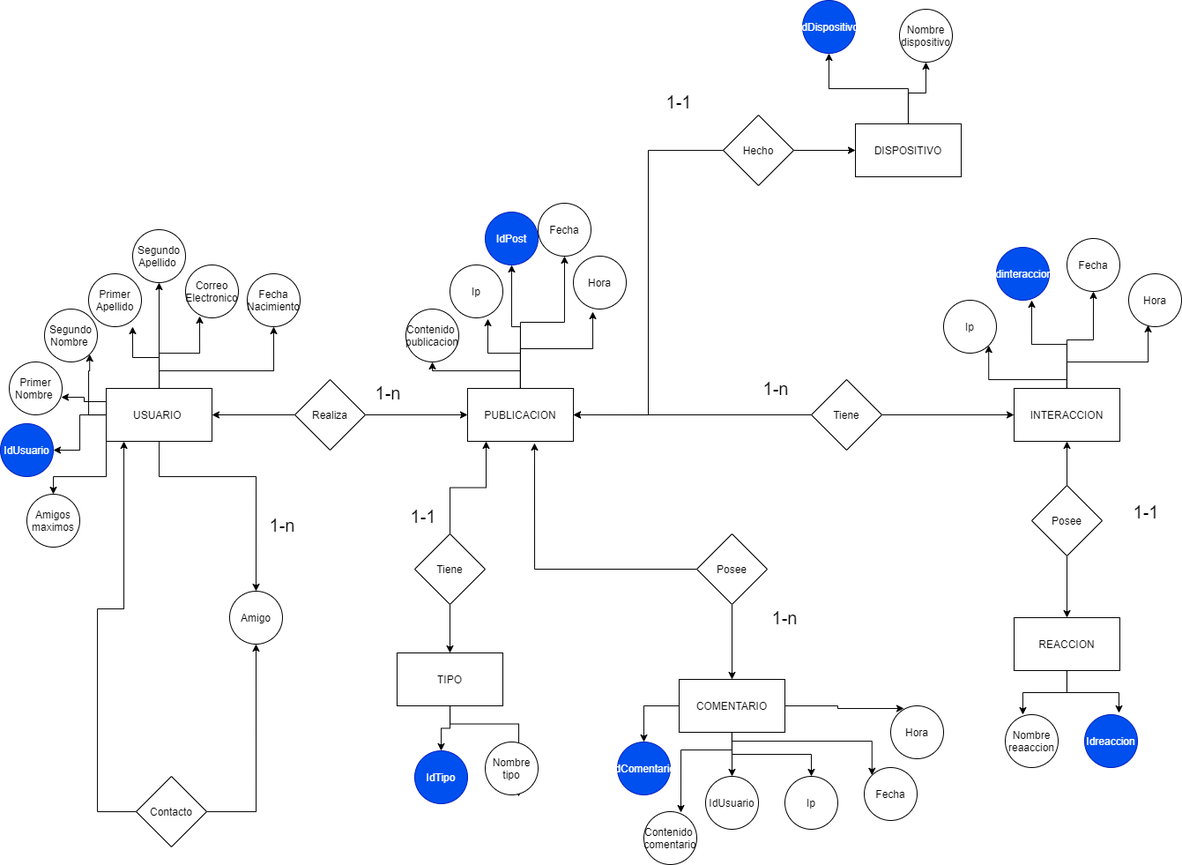
Earlier version of the draw.io export Diagrama Relacional Proyecto 1.png (PabloMuralles/Proyecto1_Bases). Source tidied: cells renumbered, new cells last; positions are measured from the earlier drawing's top-left corner, leaving out a move shared by most shapes.
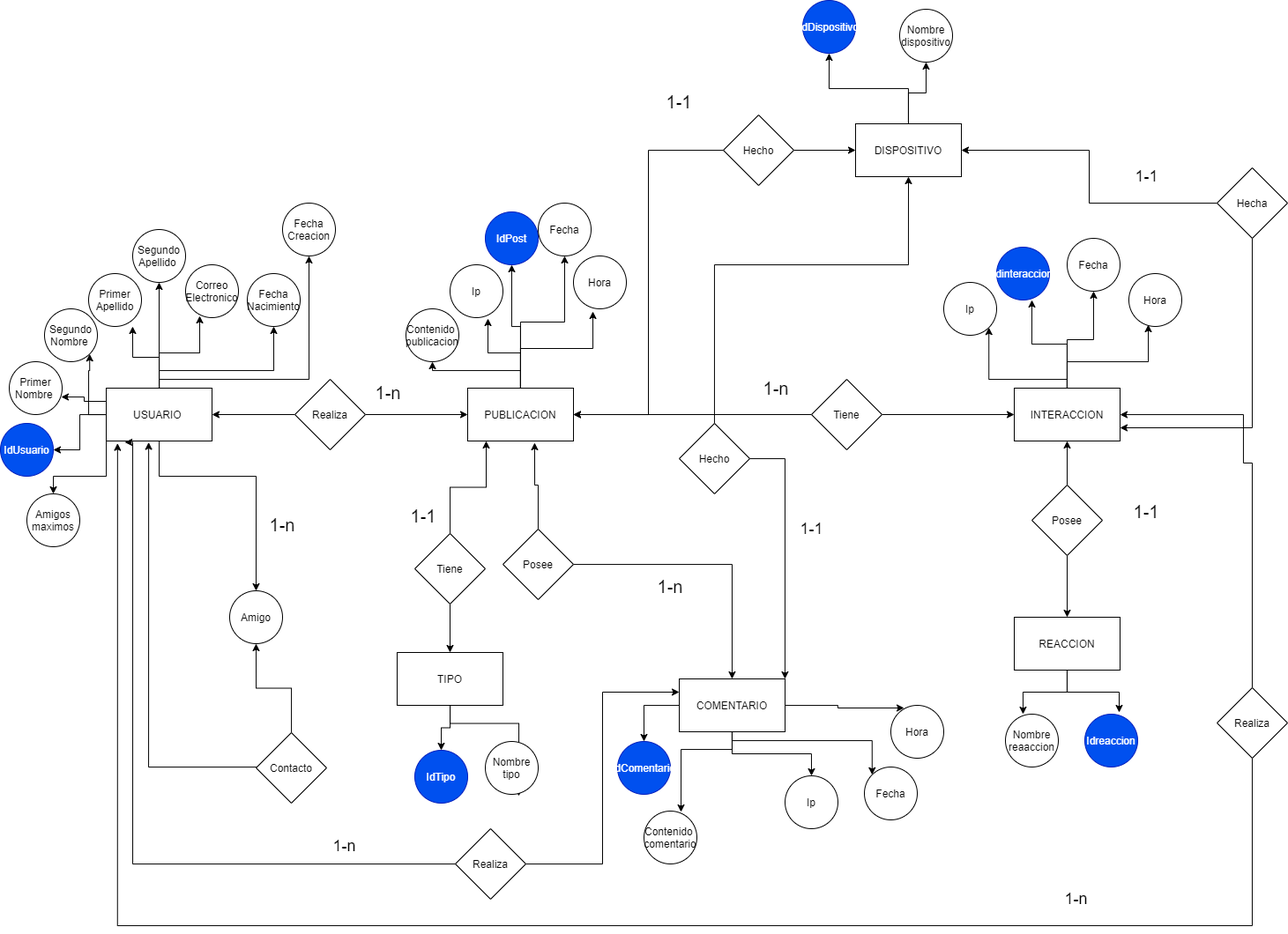
Above is the later version.

Commit message:
se modifico el diagrama

What changed in the source:
```diff
@@ -44,6 +44,14 @@
         </Array>
       </mxGeometry>
     </mxCell>
+    <mxCell id="97" style="edgeStyle=orthogonalEdgeStyle;rounded=0;jettySize=auto;html=1;entryX=0.5;entryY=1;entryDx=0;entryDy=0;" parent="1" edge="1" source="11" target="98">
+      <mxGeometry relative="1" as="geometry">
+        <Array as="points">
+          <mxPoint x="180" y="430" />
+          <mxPoint x="350" y="430" />
+        </Array>
+      </mxGeometry>
+    </mxCell>
     <mxCell id="11" value="USUARIO&amp;nbsp;" style="rounded=0;whiteSpace=wrap;html=1;" parent="1" vertex="1">
       <mxGeometry x="120" y="440" width="120" height="60" as="geometry" />
     </mxCell>
@@ -167,14 +175,11 @@
       <mxGeometry relative="1" as="geometry" />
     </mxCell>
     <mxCell id="50" value="Posee" style="rhombus;whiteSpace=wrap;html=1;" parent="1" vertex="1">
-      <mxGeometry x="790" y="605" width="80" height="80" as="geometry" />
+      <mxGeometry x="570" y="600" width="80" height="80" as="geometry" />
     </mxCell>
     <mxCell id="51" style="edgeStyle=orthogonalEdgeStyle;rounded=0;jettySize=auto;html=1;entryX=0.5;entryY=0;entryDx=0;entryDy=0;" parent="1" edge="1" source="57" target="58">
       <mxGeometry relative="1" as="geometry" />
     </mxCell>
-    <mxCell id="52" style="edgeStyle=orthogonalEdgeStyle;rounded=0;jettySize=auto;html=1;" parent="1" edge="1" source="57" target="59">
-      <mxGeometry relative="1" as="geometry" />
-    </mxCell>
     <mxCell id="53" style="edgeStyle=orthogonalEdgeStyle;rounded=0;jettySize=auto;html=1;entryX=0.5;entryY=0;entryDx=0;entryDy=0;" parent="1" edge="1" source="57" target="60">
       <mxGeometry relative="1" as="geometry" />
     </mxCell>
@@ -203,9 +208,6 @@
     <mxCell id="58" value="IdComentario" style="ellipse;whiteSpace=wrap;html=1;fillColor=#0050ef;strokeColor=#001DBC;fontColor=#ffffff;" parent="1" vertex="1">
       <mxGeometry x="700" y="841" width="60" height="60" as="geometry" />
     </mxCell>
-    <mxCell id="59" value="IdUsuario" style="ellipse;whiteSpace=wrap;html=1;" parent="1" vertex="1">
-      <mxGeometry x="800" y="880" width="60" height="60" as="geometry" />
-    </mxCell>
     <mxCell id="60" value="Ip" style="ellipse;whiteSpace=wrap;html=1;" parent="1" vertex="1">
       <mxGeometry x="890" y="880" width="60" height="60" as="geometry" />
     </mxCell>
@@ -222,7 +224,7 @@
       <mxGeometry x="730" y="920" width="60" height="60" as="geometry" />
     </mxCell>
     <mxCell id="65" value="&lt;font style=&quot;font-size: 20px;&quot;&gt;1-n&lt;/font&gt;" style="text;html=1;strokeColor=none;fillColor=none;align=center;verticalAlign=middle;whiteSpace=wrap;rounded=0;fontSize=20;" parent="1" vertex="1">
-      <mxGeometry x="860" y="685" width="60" height="30" as="geometry" />
+      <mxGeometry x="730" y="650" width="60" height="30" as="geometry" />
     </mxCell>
     <mxCell id="66" style="edgeStyle=orthogonalEdgeStyle;rounded=0;jettySize=auto;html=1;entryX=1;entryY=0.5;entryDx=0;entryDy=0;" parent="1" edge="1" source="68" target="24">
       <mxGeometry relative="1" as="geometry" />
@@ -268,7 +270,7 @@
       <mxGeometry x="1280" y="310" width="60" height="60" as="geometry" />
     </mxCell>
     <mxCell id="77" value="Ip" style="ellipse;whiteSpace=wrap;html=1;" parent="1" vertex="1">
-      <mxGeometry x="1070" y="340" width="60" height="60" as="geometry" />
+      <mxGeometry x="1070" y="320" width="60" height="60" as="geometry" />
     </mxCell>
     <mxCell id="78" style="edgeStyle=orthogonalEdgeStyle;rounded=0;jettySize=auto;html=1;entryX=0.5;entryY=1;entryDx=0;entryDy=0;" parent="1" edge="1" source="80" target="73">
       <mxGeometry relative="1" as="geometry" />
@@ -315,17 +317,16 @@
     <mxCell id="92" style="edgeStyle=orthogonalEdgeStyle;rounded=0;jettySize=auto;html=1;entryX=0.5;entryY=1;entryDx=0;entryDy=0;fontSize=12;" parent="1" edge="1" source="94" target="95">
       <mxGeometry relative="1" as="geometry" />
     </mxCell>
-    <mxCell id="93" style="edgeStyle=orthogonalEdgeStyle;rounded=0;jettySize=auto;html=1;fontSize=12;" parent="1" edge="1" source="94" target="11">
+    <mxCell id="93" style="edgeStyle=orthogonalEdgeStyle;rounded=0;jettySize=auto;html=1;fontSize=12;entryX=0.401;entryY=1.025;entryDx=0;entryDy=0;entryPerimeter=0;" parent="1" edge="1" source="94" target="11">
       <mxGeometry relative="1" as="geometry">
         <Array as="points">
-          <mxPoint x="110" y="920" />
-          <mxPoint x="110" y="690" />
-          <mxPoint x="140" y="690" />
+          <mxPoint x="330" y="870" />
+          <mxPoint x="168" y="870" />
         </Array>
       </mxGeometry>
     </mxCell>
     <mxCell id="94" value="Contacto" style="rhombus;whiteSpace=wrap;html=1;fontSize=12;" parent="1" vertex="1">
-      <mxGeometry x="154" y="880" width="80" height="80" as="geometry" />
+      <mxGeometry x="290" y="831" width="80" height="80" as="geometry" />
     </mxCell>
     <mxCell id="95" value="Amigo" style="ellipse;whiteSpace=wrap;html=1;" parent="1" vertex="1">
       <mxGeometry x="260" y="670" width="60" height="60" as="geometry" />
@@ -333,5 +334,85 @@
     <mxCell id="96" value="&lt;font style=&quot;font-size: 20px&quot;&gt;1-n&lt;/font&gt;" style="text;html=1;strokeColor=none;fillColor=none;align=center;verticalAlign=middle;whiteSpace=wrap;rounded=0;fontSize=20;" parent="1" vertex="1">
       <mxGeometry x="290" y="580" width="60" height="30" as="geometry" />
     </mxCell>
+    <mxCell id="98" value="Fecha Creacion" style="ellipse;whiteSpace=wrap;html=1;" parent="1" vertex="1">
+      <mxGeometry x="320" y="230" width="60" height="60" as="geometry" />
+    </mxCell>
+    <mxCell id="99" style="edgeStyle=orthogonalEdgeStyle;rounded=0;jettySize=auto;html=1;entryX=1;entryY=0.75;entryDx=0;entryDy=0;" parent="1" edge="1" source="101" target="73">
+      <mxGeometry relative="1" as="geometry">
+        <Array as="points">
+          <mxPoint x="1420" y="485" />
+        </Array>
+      </mxGeometry>
+    </mxCell>
+    <mxCell id="100" style="edgeStyle=orthogonalEdgeStyle;rounded=0;jettySize=auto;html=1;entryX=1;entryY=0.5;entryDx=0;entryDy=0;" parent="1" edge="1" source="101" target="42">
+      <mxGeometry relative="1" as="geometry" />
+    </mxCell>
+    <mxCell id="101" value="Hecha" style="rhombus;whiteSpace=wrap;html=1;" parent="1" vertex="1">
+      <mxGeometry x="1380" y="190" width="80" height="80" as="geometry" />
+    </mxCell>
+    <mxCell id="102" value="&lt;font style=&quot;font-size: 18px&quot;&gt;1-1&lt;/font&gt;" style="text;html=1;align=center;verticalAlign=middle;" parent="1" vertex="1">
+      <mxGeometry x="1280" y="190" width="40" height="20" as="geometry" />
+    </mxCell>
+    <mxCell id="103" style="edgeStyle=orthogonalEdgeStyle;rounded=0;jettySize=auto;html=1;entryX=0.5;entryY=1;entryDx=0;entryDy=0;" parent="1" edge="1" source="105" target="42">
+      <mxGeometry relative="1" as="geometry">
+        <Array as="points">
+          <mxPoint x="810" y="300" />
+          <mxPoint x="1030" y="300" />
+        </Array>
+      </mxGeometry>
+    </mxCell>
+    <mxCell id="104" style="edgeStyle=orthogonalEdgeStyle;rounded=0;jettySize=auto;html=1;" parent="1" edge="1" source="105" target="57">
+      <mxGeometry relative="1" as="geometry">
+        <Array as="points">
+          <mxPoint x="890" y="520" />
+        </Array>
+      </mxGeometry>
+    </mxCell>
+    <mxCell id="105" value="Hecho" style="rhombus;whiteSpace=wrap;html=1;" parent="1" vertex="1">
+      <mxGeometry x="770" y="480" width="80" height="80" as="geometry" />
+    </mxCell>
+    <mxCell id="106" value="&lt;font style=&quot;font-size: 18px&quot;&gt;1-1&lt;/font&gt;" style="text;html=1;align=center;verticalAlign=middle;" parent="1" vertex="1">
+      <mxGeometry x="900" y="590" width="40" height="20" as="geometry" />
+    </mxCell>
+    <mxCell id="107" style="edgeStyle=orthogonalEdgeStyle;rounded=0;jettySize=auto;html=1;entryX=0.107;entryY=1.044;entryDx=0;entryDy=0;entryPerimeter=0;" parent="1" edge="1" source="109" target="11">
+      <mxGeometry relative="1" as="geometry">
+        <Array as="points">
+          <mxPoint x="1420" y="1050" />
+          <mxPoint x="133" y="1050" />
+        </Array>
+      </mxGeometry>
+    </mxCell>
+    <mxCell id="108" style="edgeStyle=orthogonalEdgeStyle;rounded=0;jettySize=auto;html=1;" parent="1" edge="1" source="109" target="73">
+      <mxGeometry relative="1" as="geometry">
+        <Array as="points">
+          <mxPoint x="1420" y="525" />
+          <mxPoint x="1410" y="525" />
+          <mxPoint x="1410" y="470" />
+        </Array>
+      </mxGeometry>
+    </mxCell>
+    <mxCell id="109" value="Realiza" style="rhombus;whiteSpace=wrap;html=1;fontSize=12;" parent="1" vertex="1">
+      <mxGeometry x="1380" y="780" width="80" height="80" as="geometry" />
+    </mxCell>
+    <mxCell id="110" style="edgeStyle=orthogonalEdgeStyle;rounded=0;jettySize=auto;html=1;entryX=0;entryY=0.25;entryDx=0;entryDy=0;" parent="1" edge="1" source="112" target="57">
+      <mxGeometry relative="1" as="geometry" />
+    </mxCell>
+    <mxCell id="111" style="edgeStyle=orthogonalEdgeStyle;rounded=0;jettySize=auto;html=1;entryX=0.176;entryY=1.025;entryDx=0;entryDy=0;entryPerimeter=0;" parent="1" edge="1" source="112" target="11">
+      <mxGeometry relative="1" as="geometry">
+        <Array as="points">
+          <mxPoint x="150" y="980" />
+          <mxPoint x="150" y="501" />
+        </Array>
+      </mxGeometry>
+    </mxCell>
+    <mxCell id="112" value="Realiza" style="rhombus;whiteSpace=wrap;html=1;fontSize=12;" parent="1" vertex="1">
+      <mxGeometry x="516" y="940" width="80" height="80" as="geometry" />
+    </mxCell>
+    <mxCell id="113" value="&lt;font style=&quot;font-size: 18px&quot;&gt;1-n&lt;/font&gt;" style="text;html=1;align=center;verticalAlign=middle;" parent="1" vertex="1">
+      <mxGeometry x="370" y="950" width="40" height="20" as="geometry" />
+    </mxCell>
+    <mxCell id="114" value="&lt;font style=&quot;font-size: 18px&quot;&gt;1-n&lt;/font&gt;" style="text;html=1;align=center;verticalAlign=middle;" parent="1" vertex="1">
+      <mxGeometry x="1200" y="1010" width="40" height="20" as="geometry" />
+    </mxCell>
   </root>
 </mxGraphModel>
```
